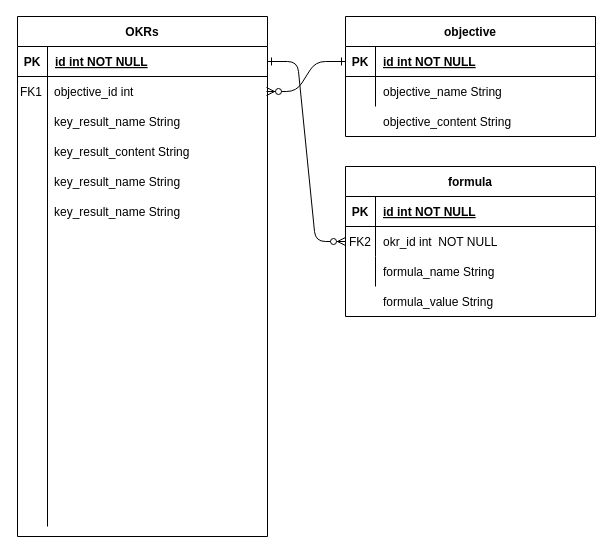
Earlier version of the draw.io diagram Biểu đồ không có tiêu đề.drawio (Giangphhe228/employeeManage). Source tidied: cells renumbered, new cells numbered last; positions are measured from the earlier drawing's top-left corner, leaving out a move shared by most shapes. Both pictures are drawn from the tidied source at 100%, with x=0, y=0 at pixel (16, 16).
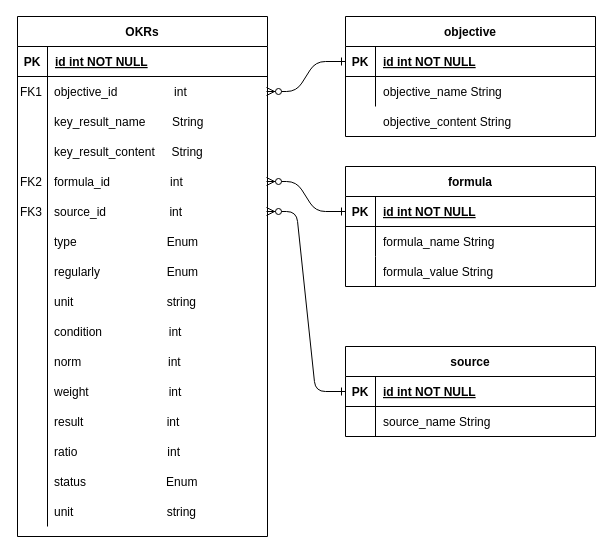
The same page after the edit.

Commit message (it also covers changes not shown here):
Cập nhật Biểu đồ không có tiêu đề.drawio

Unchanged cells that the change refers to:
```xml
<mxCell id="10" style="shape=partialRectangle;fillColor=none;points=[[0,0.5],[1,0.5]];portConstraint=eastwest;top=0;left=0;right=0;bottom=1;" parent="9" vertex="1">
  <mxGeometry y="30" width="250" height="30" as="geometry" />
</mxCell>
<mxCell id="18" style="shape=partialRectangle;fillColor=none;points=[[0,0.5],[1,0.5]];portConstraint=eastwest;top=0;left=0;right=0;bottom=1;" parent="17" vertex="1">
  <mxGeometry y="30" width="250" height="30" as="geometry" />
</mxCell>
<mxCell id="33" style="shape=partialRectangle;fillColor=none;points=[[0,0.5],[1,0.5]];portConstraint=eastwest;top=0;left=0;right=0;bottom=0;" parent="1" vertex="1">
  <mxGeometry y="60" width="250" height="30" as="geometry" />
</mxCell>
<mxCell id="36" style="shape=partialRectangle;fillColor=none;top=0;left=0;right=0;bottom=0;" parent="1" vertex="1">
  <mxGeometry y="90" width="250" height="30" as="geometry" />
</mxCell>
<mxCell id="39" style="shape=partialRectangle;fillColor=none;top=0;left=0;right=0;bottom=0;" parent="1" vertex="1">
  <mxGeometry y="120" width="250" height="30" as="geometry" />
</mxCell>
```

Diff of the diagram source:
```diff
@@
     <mxCell id="17" value="formula" style="shape=table;startSize=30;childLayout=tableLayout;rowLines=0;fontStyle=1;align=center;" parent="1" vertex="1">
-      <mxGeometry x="329" y="150" width="250" height="150" as="geometry" />
+      <mxGeometry x="329" y="150" width="250" height="120" as="geometry" />
     </mxCell>
@@
     <mxCell id="27" value="formula_name String" style="shape=partialRectangle;overflow=hidden;fillColor=none;top=0;left=0;bottom=0;right=0;align=left;spacingLeft=6;" parent="1" vertex="1">
-      <mxGeometry x="359" y="240" width="220" height="30" as="geometry" />
+      <mxGeometry x="359" y="210" width="220" height="30" as="geometry" />
     </mxCell>
     <mxCell id="28" value="formula_value String" style="shape=partialRectangle;overflow=hidden;fillColor=none;top=0;left=0;bottom=0;right=0;align=left;spacingLeft=6;" parent="1" vertex="1">
-      <mxGeometry x="359" y="270" width="220" height="30" as="geometry" />
+      <mxGeometry x="359" y="240" width="220" height="30" as="geometry" />
     </mxCell>
-    <mxCell id="29" value="FK2" style="shape=partialRectangle;overflow=hidden;fillColor=none;top=0;left=0;bottom=0;right=0;" parent="1" vertex="1">
-      <mxGeometry x="329" y="210" width="30" height="30" as="geometry" />
-    </mxCell>
-    <mxCell id="30" value="okr_id int  NOT NULL" style="shape=partialRectangle;overflow=hidden;fillColor=none;top=0;left=0;bottom=0;right=0;align=left;spacingLeft=6;" parent="1" vertex="1">
-      <mxGeometry x="359" y="210" width="220" height="30" as="geometry" />
-    </mxCell>
-    <mxCell id="31" style="edgeStyle=entityRelationEdgeStyle;endArrow=ERzeroToMany;startArrow=ERone;endFill=1;startFill=0;exitX=1;exitY=0.5;exitDx=0;exitDy=0;entryX=0;entryY=0.5;entryDx=0;entryDy=0;" parent="1" edge="1" source="10" target="29">
-      <mxGeometry relative="1" as="geometry">
-        <Array as="points">
-          <mxPoint x="330" y="250" />
-        </Array>
-      </mxGeometry>
-    </mxCell>
@@
-    <mxCell id="35" value="objective_id int" style="shape=partialRectangle;overflow=hidden;fillColor=none;top=0;left=0;bottom=0;right=0;align=left;spacingLeft=6;" parent="33" vertex="1">
+    <mxCell id="35" value="objective_id                 int" style="shape=partialRectangle;overflow=hidden;fillColor=none;top=0;left=0;bottom=0;right=0;align=left;spacingLeft=6;" parent="33" vertex="1">
       <mxGeometry x="30" width="220" height="30" as="geometry" />
     </mxCell>
@@
-    <mxCell id="38" value="key_result_name String" style="shape=partialRectangle;overflow=hidden;fillColor=none;top=0;left=0;bottom=0;right=0;align=left;spacingLeft=6;" parent="36" vertex="1">
+    <mxCell id="38" value="key_result_name        String" style="shape=partialRectangle;overflow=hidden;fillColor=none;top=0;left=0;bottom=0;right=0;align=left;spacingLeft=6;" parent="36" vertex="1">
       <mxGeometry x="30" width="220" height="30" as="geometry" />
     </mxCell>
@@
-    <mxCell id="41" value="key_result_content String" style="shape=partialRectangle;overflow=hidden;fillColor=none;top=0;left=0;bottom=0;right=0;align=left;spacingLeft=6;" parent="39" vertex="1">
+    <mxCell id="41" value="key_result_content     String" style="shape=partialRectangle;overflow=hidden;fillColor=none;top=0;left=0;bottom=0;right=0;align=left;spacingLeft=6;" parent="39" vertex="1">
       <mxGeometry x="30" width="220" height="30" as="geometry" />
     </mxCell>
-    <mxCell id="42" style="shape=partialRectangle;fillColor=none;top=0;left=0;right=0;bottom=0;" parent="1" vertex="1">
-      <mxGeometry y="150" width="250" height="30" as="geometry" />
-    </mxCell>
-    <mxCell id="43" style="shape=partialRectangle;overflow=hidden;fillColor=none;top=0;left=0;bottom=0;right=0;" parent="42" vertex="1">
-      <mxGeometry width="30" height="30" as="geometry" />
-    </mxCell>
-    <mxCell id="44" value="key_result_name String" style="shape=partialRectangle;overflow=hidden;fillColor=none;top=0;left=0;bottom=0;right=0;align=left;spacingLeft=6;" parent="42" vertex="1">
-      <mxGeometry x="30" width="220" height="30" as="geometry" />
-    </mxCell>
-    <mxCell id="45" style="shape=partialRectangle;fillColor=none;top=0;left=0;right=0;bottom=0;" parent="1" vertex="1">
-      <mxGeometry y="180" width="250" height="30" as="geometry" />
-    </mxCell>
-    <mxCell id="46" style="shape=partialRectangle;overflow=hidden;fillColor=none;top=0;left=0;bottom=0;right=0;" parent="45" vertex="1">
-      <mxGeometry width="30" height="30" as="geometry" />
-    </mxCell>
-    <mxCell id="47" value="key_result_name String" style="shape=partialRectangle;overflow=hidden;fillColor=none;top=0;left=0;bottom=0;right=0;align=left;spacingLeft=6;" parent="45" vertex="1">
-      <mxGeometry x="30" width="220" height="30" as="geometry" />
-    </mxCell>
+    <mxCell id="48" value="source" style="shape=table;startSize=30;childLayout=tableLayout;rowLines=0;fontStyle=1;align=center;" parent="1" vertex="1">
+      <mxGeometry x="329" y="330" width="250" height="90" as="geometry" />
+    </mxCell>
+    <mxCell id="49" style="shape=partialRectangle;fillColor=none;points=[[0,0.5],[1,0.5]];portConstraint=eastwest;top=0;left=0;right=0;bottom=1;" parent="48" vertex="1">
+      <mxGeometry y="30" width="250" height="30" as="geometry" />
+    </mxCell>
+    <mxCell id="50" value="PK" style="shape=partialRectangle;overflow=hidden;fillColor=none;top=0;left=0;bottom=0;right=0;fontStyle=1;" parent="49" vertex="1">
+      <mxGeometry width="30" height="30" as="geometry" />
+    </mxCell>
+    <mxCell id="51" value="id int NOT NULL " style="shape=partialRectangle;overflow=hidden;fillColor=none;top=0;left=0;bottom=0;right=0;align=left;spacingLeft=6;fontStyle=5;" parent="49" vertex="1">
+      <mxGeometry x="30" width="220" height="30" as="geometry" />
+    </mxCell>
+    <mxCell id="52" style="shape=partialRectangle;fillColor=none;top=0;left=0;right=0;bottom=0;" parent="48" vertex="1">
+      <mxGeometry y="60" width="250" height="30" as="geometry" />
+    </mxCell>
+    <mxCell id="53" style="shape=partialRectangle;overflow=hidden;fillColor=none;top=0;left=0;bottom=0;right=0;" parent="52" vertex="1">
+      <mxGeometry width="30" height="30" as="geometry" />
+    </mxCell>
+    <mxCell id="54" style="shape=partialRectangle;overflow=hidden;fillColor=none;top=0;left=0;bottom=0;right=0;align=left;spacingLeft=6;" parent="52" vertex="1">
+      <mxGeometry x="30" width="220" height="30" as="geometry" />
+    </mxCell>
+    <mxCell id="55" value="source_name String" style="shape=partialRectangle;overflow=hidden;fillColor=none;top=0;left=0;bottom=0;right=0;align=left;spacingLeft=6;" parent="1" vertex="1">
+      <mxGeometry x="359" y="390" width="220" height="30" as="geometry" />
+    </mxCell>
+    <mxCell id="56" style="shape=partialRectangle;fillColor=none;points=[[0,0.5],[1,0.5]];portConstraint=eastwest;top=0;left=0;right=0;bottom=0;" parent="1" vertex="1">
+      <mxGeometry y="150" width="250" height="30" as="geometry" />
+    </mxCell>
+    <mxCell id="29" value="FK2" style="shape=partialRectangle;overflow=hidden;fillColor=none;top=0;left=0;bottom=0;right=0;" parent="56" vertex="1">
+      <mxGeometry width="30" height="30" as="geometry" />
+    </mxCell>
+    <mxCell id="57" value="formula_id                  int" style="shape=partialRectangle;overflow=hidden;fillColor=none;top=0;left=0;bottom=0;right=0;align=left;spacingLeft=6;" parent="56" vertex="1">
+      <mxGeometry x="30" width="220" height="30" as="geometry" />
+    </mxCell>
+    <mxCell id="58" style="shape=partialRectangle;fillColor=none;points=[[0,0.5],[1,0.5]];portConstraint=eastwest;top=0;left=0;right=0;bottom=0;" parent="1" vertex="1">
+      <mxGeometry y="180" width="250" height="30" as="geometry" />
+    </mxCell>
+    <mxCell id="59" value="FK3" style="shape=partialRectangle;overflow=hidden;fillColor=none;top=0;left=0;bottom=0;right=0;" parent="58" vertex="1">
+      <mxGeometry width="30" height="30" as="geometry" />
+    </mxCell>
+    <mxCell id="60" value="source_id                   int" style="shape=partialRectangle;overflow=hidden;fillColor=none;top=0;left=0;bottom=0;right=0;align=left;spacingLeft=6;" parent="58" vertex="1">
+      <mxGeometry x="30" width="220" height="30" as="geometry" />
+    </mxCell>
+    <mxCell id="61" style="edgeStyle=entityRelationEdgeStyle;endArrow=ERzeroToMany;startArrow=ERone;endFill=1;startFill=0;entryX=1;entryY=0.5;entryDx=0;entryDy=0;exitX=0;exitY=0.5;exitDx=0;exitDy=0;" parent="1" edge="1" source="18" target="56">
+      <mxGeometry relative="1" as="geometry">
+        <Array as="points">
+          <mxPoint x="250" y="185" />
+        </Array>
+      </mxGeometry>
+    </mxCell>
+    <mxCell id="62" style="edgeStyle=entityRelationEdgeStyle;endArrow=ERzeroToMany;startArrow=ERone;endFill=1;startFill=0;entryX=1;entryY=0.5;entryDx=0;entryDy=0;exitX=0;exitY=0.5;exitDx=0;exitDy=0;" parent="1" edge="1" source="49" target="58">
+      <mxGeometry relative="1" as="geometry">
+        <Array as="points">
+          <mxPoint x="260" y="195" />
+        </Array>
+      </mxGeometry>
+    </mxCell>
+    <mxCell id="63" style="shape=partialRectangle;fillColor=none;top=0;left=0;right=0;bottom=0;" parent="1" vertex="1">
+      <mxGeometry y="210" width="250" height="30" as="geometry" />
+    </mxCell>
+    <mxCell id="64" style="shape=partialRectangle;overflow=hidden;fillColor=none;top=0;left=0;bottom=0;right=0;" parent="63" vertex="1">
+      <mxGeometry width="30" height="30" as="geometry" />
+    </mxCell>
+    <mxCell id="65" value="type                           Enum" style="shape=partialRectangle;overflow=hidden;fillColor=none;top=0;left=0;bottom=0;right=0;align=left;spacingLeft=6;" parent="63" vertex="1">
+      <mxGeometry x="30" width="220" height="30" as="geometry" />
+    </mxCell>
+    <mxCell id="66" style="shape=partialRectangle;fillColor=none;top=0;left=0;right=0;bottom=0;" parent="1" vertex="1">
+      <mxGeometry y="240" width="250" height="30" as="geometry" />
+    </mxCell>
+    <mxCell id="67" style="shape=partialRectangle;overflow=hidden;fillColor=none;top=0;left=0;bottom=0;right=0;" parent="66" vertex="1">
+      <mxGeometry width="30" height="30" as="geometry" />
+    </mxCell>
+    <mxCell id="68" value="regularly                    Enum" style="shape=partialRectangle;overflow=hidden;fillColor=none;top=0;left=0;bottom=0;right=0;align=left;spacingLeft=6;" parent="66" vertex="1">
+      <mxGeometry x="30" width="220" height="30" as="geometry" />
+    </mxCell>
+    <mxCell id="69" style="shape=partialRectangle;fillColor=none;top=0;left=0;right=0;bottom=0;" parent="1" vertex="1">
+      <mxGeometry y="270" width="250" height="30" as="geometry" />
+    </mxCell>
+    <mxCell id="70" style="shape=partialRectangle;overflow=hidden;fillColor=none;top=0;left=0;bottom=0;right=0;" parent="69" vertex="1">
+      <mxGeometry width="30" height="30" as="geometry" />
+    </mxCell>
+    <mxCell id="71" value="unit                            string" style="shape=partialRectangle;overflow=hidden;fillColor=none;top=0;left=0;bottom=0;right=0;align=left;spacingLeft=6;" parent="69" vertex="1">
+      <mxGeometry x="30" width="220" height="30" as="geometry" />
+    </mxCell>
+    <mxCell id="72" style="shape=partialRectangle;fillColor=none;top=0;left=0;right=0;bottom=0;" parent="1" vertex="1">
+      <mxGeometry y="300" width="250" height="30" as="geometry" />
+    </mxCell>
+    <mxCell id="73" style="shape=partialRectangle;overflow=hidden;fillColor=none;top=0;left=0;bottom=0;right=0;" parent="72" vertex="1">
+      <mxGeometry width="30" height="30" as="geometry" />
+    </mxCell>
+    <mxCell id="74" value="condition                    int" style="shape=partialRectangle;overflow=hidden;fillColor=none;top=0;left=0;bottom=0;right=0;align=left;spacingLeft=6;" parent="72" vertex="1">
+      <mxGeometry x="30" width="220" height="30" as="geometry" />
+    </mxCell>
+    <mxCell id="75" style="shape=partialRectangle;fillColor=none;top=0;left=0;right=0;bottom=0;" parent="1" vertex="1">
+      <mxGeometry y="330" width="250" height="30" as="geometry" />
+    </mxCell>
+    <mxCell id="76" style="shape=partialRectangle;overflow=hidden;fillColor=none;top=0;left=0;bottom=0;right=0;" parent="75" vertex="1">
+      <mxGeometry width="30" height="30" as="geometry" />
+    </mxCell>
+    <mxCell id="77" value="norm                          int" style="shape=partialRectangle;overflow=hidden;fillColor=none;top=0;left=0;bottom=0;right=0;align=left;spacingLeft=6;" parent="75" vertex="1">
+      <mxGeometry x="30" width="220" height="30" as="geometry" />
+    </mxCell>
+    <mxCell id="78" style="shape=partialRectangle;fillColor=none;top=0;left=0;right=0;bottom=0;" parent="1" vertex="1">
+      <mxGeometry y="360" width="250" height="30" as="geometry" />
+    </mxCell>
+    <mxCell id="79" style="shape=partialRectangle;overflow=hidden;fillColor=none;top=0;left=0;bottom=0;right=0;" parent="78" vertex="1">
+      <mxGeometry width="30" height="30" as="geometry" />
+    </mxCell>
+    <mxCell id="80" value="weight                        int" style="shape=partialRectangle;overflow=hidden;fillColor=none;top=0;left=0;bottom=0;right=0;align=left;spacingLeft=6;" parent="78" vertex="1">
+      <mxGeometry x="30" width="220" height="30" as="geometry" />
+    </mxCell>
+    <mxCell id="81" style="shape=partialRectangle;fillColor=none;top=0;left=0;right=0;bottom=0;" parent="1" vertex="1">
+      <mxGeometry y="390" width="250" height="30" as="geometry" />
+    </mxCell>
+    <mxCell id="82" style="shape=partialRectangle;overflow=hidden;fillColor=none;top=0;left=0;bottom=0;right=0;" parent="81" vertex="1">
+      <mxGeometry width="30" height="30" as="geometry" />
+    </mxCell>
+    <mxCell id="83" value="result                         int" style="shape=partialRectangle;overflow=hidden;fillColor=none;top=0;left=0;bottom=0;right=0;align=left;spacingLeft=6;" parent="81" vertex="1">
+      <mxGeometry x="30" width="220" height="30" as="geometry" />
+    </mxCell>
+    <mxCell id="84" style="shape=partialRectangle;fillColor=none;top=0;left=0;right=0;bottom=0;" parent="1" vertex="1">
+      <mxGeometry y="420" width="250" height="30" as="geometry" />
+    </mxCell>
+    <mxCell id="85" style="shape=partialRectangle;overflow=hidden;fillColor=none;top=0;left=0;bottom=0;right=0;" parent="84" vertex="1">
+      <mxGeometry width="30" height="30" as="geometry" />
+    </mxCell>
+    <mxCell id="86" value="ratio                           int" style="shape=partialRectangle;overflow=hidden;fillColor=none;top=0;left=0;bottom=0;right=0;align=left;spacingLeft=6;" parent="84" vertex="1">
+      <mxGeometry x="30" width="220" height="30" as="geometry" />
+    </mxCell>
+    <mxCell id="87" style="shape=partialRectangle;fillColor=none;top=0;left=0;right=0;bottom=0;" parent="1" vertex="1">
+      <mxGeometry y="450" width="250" height="30" as="geometry" />
+    </mxCell>
+    <mxCell id="88" style="shape=partialRectangle;overflow=hidden;fillColor=none;top=0;left=0;bottom=0;right=0;" parent="87" vertex="1">
+      <mxGeometry width="30" height="30" as="geometry" />
+    </mxCell>
+    <mxCell id="89" value="status                        Enum" style="shape=partialRectangle;overflow=hidden;fillColor=none;top=0;left=0;bottom=0;right=0;align=left;spacingLeft=6;" parent="87" vertex="1">
+      <mxGeometry x="30" width="220" height="30" as="geometry" />
+    </mxCell>
+    <mxCell id="90" style="shape=partialRectangle;fillColor=none;top=0;left=0;right=0;bottom=0;" parent="1" vertex="1">
+      <mxGeometry y="480" width="250" height="30" as="geometry" />
+    </mxCell>
+    <mxCell id="91" style="shape=partialRectangle;overflow=hidden;fillColor=none;top=0;left=0;bottom=0;right=0;" parent="90" vertex="1">
+      <mxGeometry width="30" height="30" as="geometry" />
+    </mxCell>
+    <mxCell id="92" value="unit                            string" style="shape=partialRectangle;overflow=hidden;fillColor=none;top=0;left=0;bottom=0;right=0;align=left;spacingLeft=6;" parent="90" vertex="1">
+      <mxGeometry x="30" width="220" height="30" as="geometry" />
+    </mxCell>
```
